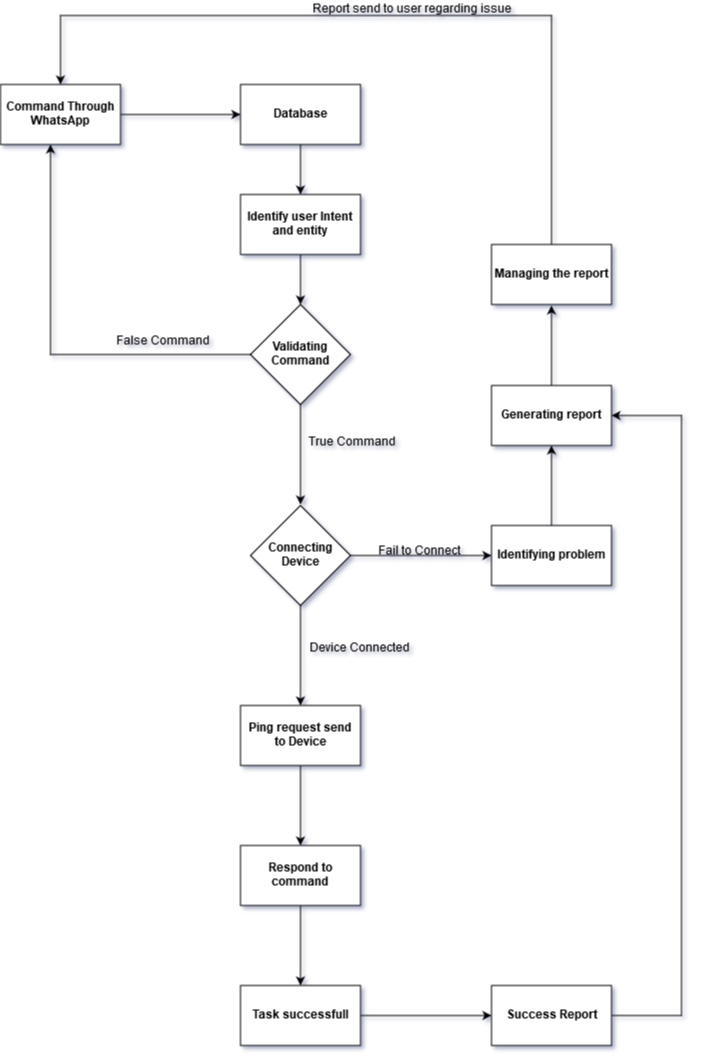
Rakholia1842/ERDiagram keeps this draw.io diagram as Untitled Diagram.png. Above is the earlier version. Source tidied: cells renumbered, new cells last; positions are measured from the earlier drawing's top-left corner, leaving out a move shared by most shapes.
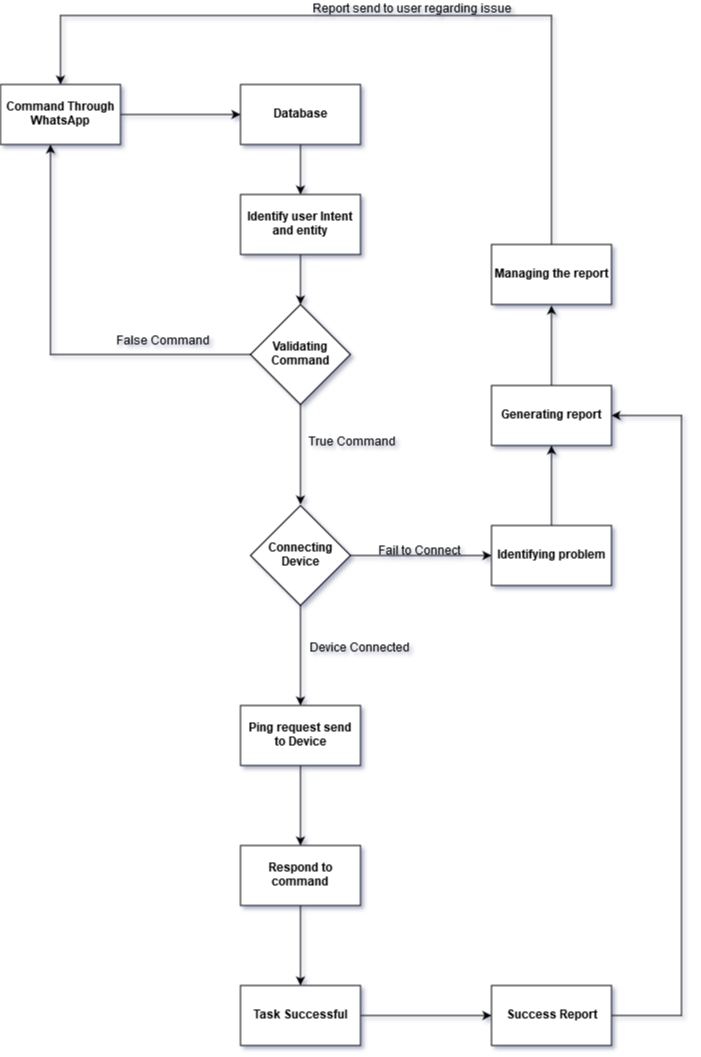
Above is the later version.

Change to the diagram source:
```diff
@@ -63,7 +63,7 @@
     <mxCell id="20" style="edgeStyle=orthogonalEdgeStyle;rounded=0;jettySize=auto;html=1;" parent="1" edge="1" source="21" target="23">
       <mxGeometry relative="1" as="geometry" />
     </mxCell>
-    <mxCell id="21" value="&lt;b&gt;Task successfull&lt;/b&gt;" style="rounded=0;whiteSpace=wrap;html=1;align=center;" parent="1" vertex="1">
+    <mxCell id="21" value="&lt;b&gt;Task Successful&lt;br&gt;&lt;/b&gt;" style="rounded=0;whiteSpace=wrap;html=1;align=center;" parent="1" vertex="1">
       <mxGeometry x="240" y="985" width="120" height="60" as="geometry" />
     </mxCell>
     <mxCell id="22" style="edgeStyle=orthogonalEdgeStyle;rounded=0;jettySize=auto;html=1;entryX=1;entryY=0.5;entryDx=0;entryDy=0;exitX=1;exitY=0.5;exitDx=0;exitDy=0;" parent="1" edge="1" source="23" target="28">
```
